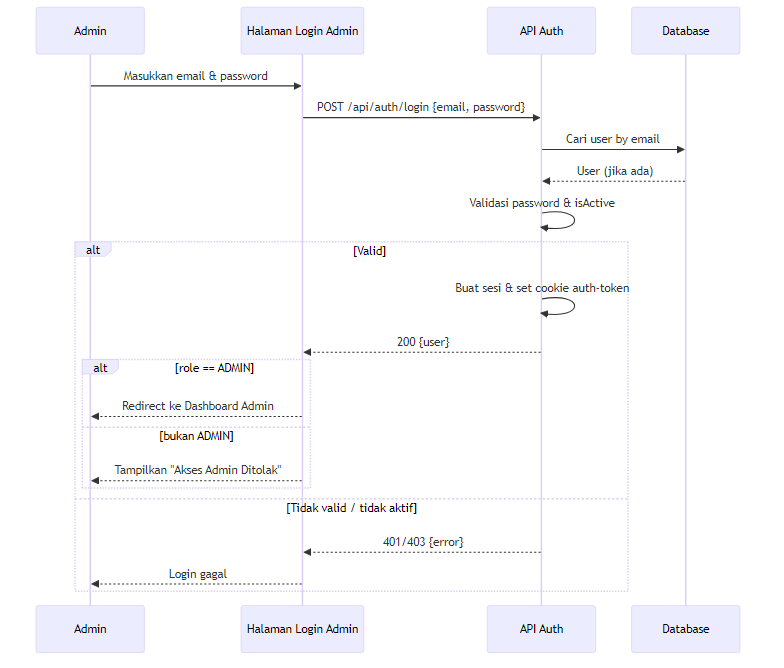
The Mermaid diagram public/diagrams/seq_login_admin.png in QilAqil/PPTB_BQ, before a commit. Its source is kept beside it as diagrams/seq_login_admin.mmd.
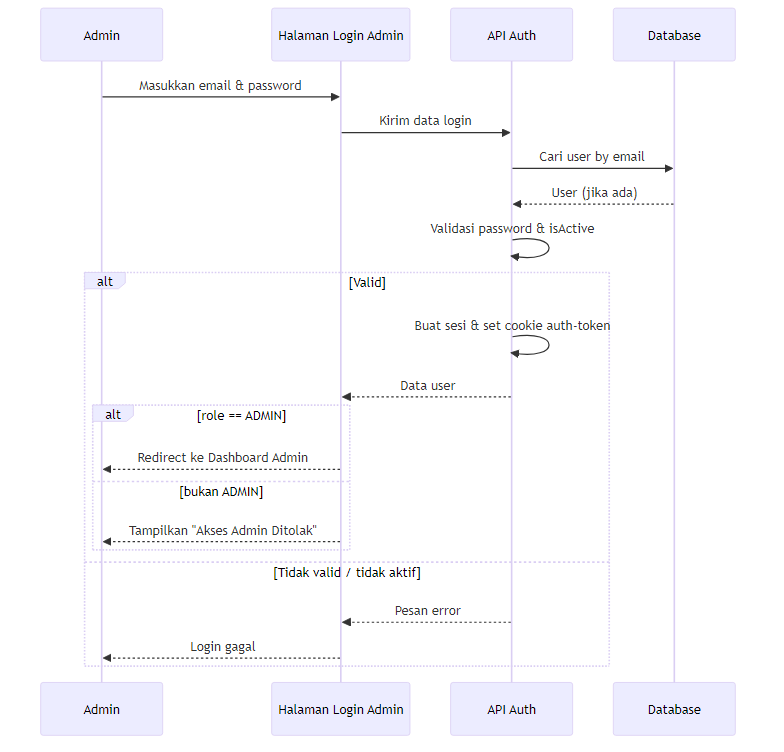
After the change.

Change to the diagram source:
```diff
@@ -5,19 +5,19 @@
   participant DB as Database
 
   A->>UI: Masukkan email & password
-  UI->>API: POST /api/auth/login {email, password}
+  UI->>API: Kirim data login
   API->>DB: Cari user by email
   DB-->>API: User (jika ada)
   API->>API: Validasi password & isActive
   alt Valid
     API->>API: Buat sesi & set cookie auth-token
-    API-->>UI: 200 {user}
+    API-->>UI: Data user
     alt role == ADMIN
       UI-->>A: Redirect ke Dashboard Admin
     else bukan ADMIN
       UI-->>A: Tampilkan "Akses Admin Ditolak"
     end
   else Tidak valid / tidak aktif
-    API-->>UI: 401/403 {error}
+    API-->>UI: Pesan error
     UI-->>A: Login gagal
   end
```
